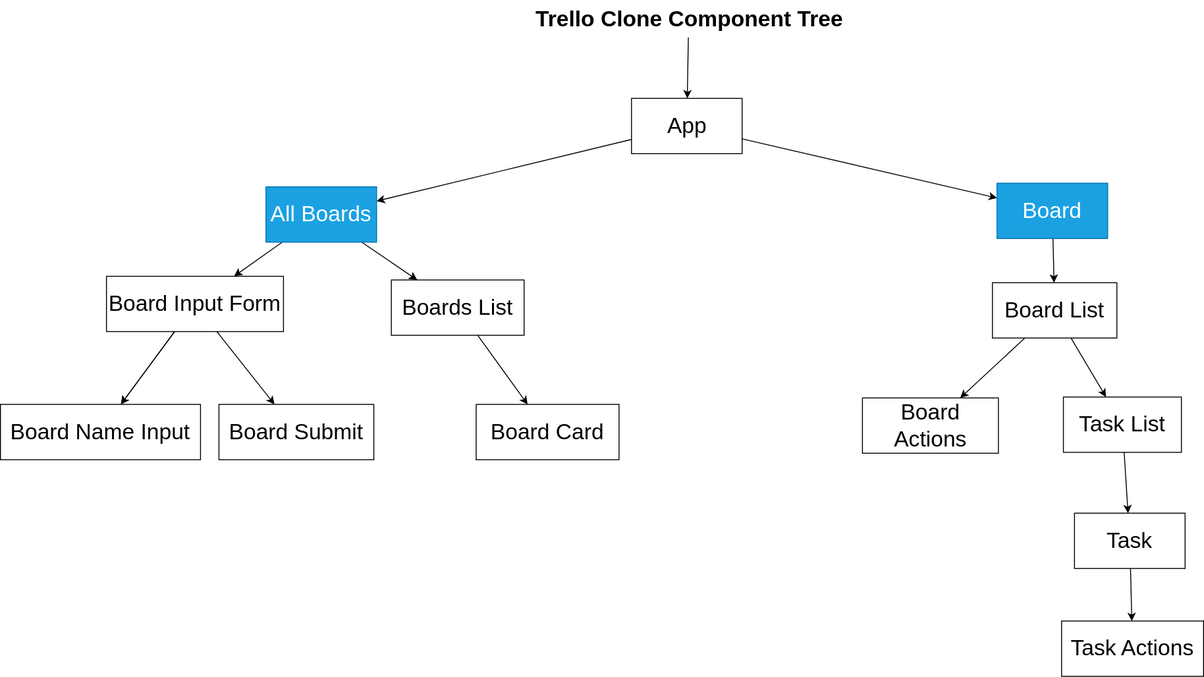
JannatinNaim/Courses keeps this draw.io diagram as Assignments/trello-clone/plans.drawio.svg. Above is the earlier version. Source tidied: cells renumbered, new cells last; positions are measured from the earlier drawing's top-left corner, leaving out a move shared by most shapes. Source of this version:
```xml
<mxGraphModel>
  <root>
    <mxCell id="0" />
    <mxCell id="1" parent="0" />
    <mxCell id="2" style="edgeStyle=none;html=1;fontFamily=Helvetica;fontSize=24;fontColor=default;" parent="1" edge="1" source="3" target="6">
      <mxGeometry relative="1" as="geometry" />
    </mxCell>
    <mxCell id="3" value="Trello Clone Component Tree" style="text;strokeColor=none;fillColor=none;fontSize=24;fontStyle=1;verticalAlign=middle;align=center;rounded=0;html=1;labelBorderColor=none;" parent="1" vertex="1">
      <mxGeometry x="559" width="375" height="40" as="geometry" />
    </mxCell>
    <mxCell id="4" style="edgeStyle=none;html=1;fontFamily=Helvetica;fontSize=24;fontColor=default;" parent="1" edge="1" source="6" target="9">
      <mxGeometry relative="1" as="geometry" />
    </mxCell>
    <mxCell id="5" style="edgeStyle=none;html=1;fontFamily=Helvetica;fontSize=24;fontColor=default;" parent="1" edge="1" source="6" target="11">
      <mxGeometry relative="1" as="geometry" />
    </mxCell>
    <mxCell id="6" value="App" style="whiteSpace=wrap;html=1;rounded=0;labelBorderColor=none;fontFamily=Helvetica;fontSize=24;fontColor=default;fillColor=none;gradientColor=none;" parent="1" vertex="1">
      <mxGeometry x="684.5" y="106" width="120" height="60" as="geometry" />
    </mxCell>
    <mxCell id="7" style="edgeStyle=none;html=1;fontFamily=Helvetica;fontSize=24;fontColor=default;" parent="1" edge="1" source="9" target="15">
      <mxGeometry relative="1" as="geometry" />
    </mxCell>
    <mxCell id="8" style="edgeStyle=none;html=1;fontFamily=Helvetica;fontSize=24;fontColor=default;" parent="1" edge="1" source="9" target="17">
      <mxGeometry relative="1" as="geometry" />
    </mxCell>
    <mxCell id="9" value="All Boards" style="whiteSpace=wrap;html=1;fontSize=24;fillColor=#1ba1e2;rounded=0;labelBorderColor=none;fontColor=#ffffff;strokeColor=#006EAF;" parent="1" vertex="1">
      <mxGeometry x="288" y="202" width="120" height="60" as="geometry" />
    </mxCell>
    <mxCell id="10" style="edgeStyle=none;html=1;fontFamily=Helvetica;fontSize=24;fontColor=default;" parent="1" edge="1" source="11" target="23">
      <mxGeometry relative="1" as="geometry" />
    </mxCell>
    <mxCell id="11" value="Board" style="whiteSpace=wrap;html=1;fontSize=24;fillColor=#1ba1e2;rounded=0;labelBorderColor=none;fontColor=#ffffff;strokeColor=#006EAF;" parent="1" vertex="1">
      <mxGeometry x="1081" y="198" width="120" height="60" as="geometry" />
    </mxCell>
    <mxCell id="12" style="edgeStyle=none;html=1;fontFamily=Helvetica;fontSize=24;fontColor=default;" parent="1" edge="1" source="15" target="18">
      <mxGeometry relative="1" as="geometry" />
    </mxCell>
    <mxCell id="13" style="edgeStyle=none;html=1;fontFamily=Helvetica;fontSize=24;fontColor=default;" parent="1" edge="1" source="15" target="18">
      <mxGeometry relative="1" as="geometry" />
    </mxCell>
    <mxCell id="14" style="edgeStyle=none;html=1;fontFamily=Helvetica;fontSize=24;fontColor=default;" parent="1" edge="1" source="15" target="19">
      <mxGeometry relative="1" as="geometry" />
    </mxCell>
    <mxCell id="15" value="Board Input Form" style="whiteSpace=wrap;html=1;fontSize=24;fillColor=none;rounded=0;labelBorderColor=none;gradientColor=none;" parent="1" vertex="1">
      <mxGeometry x="115" y="299" width="192" height="60" as="geometry" />
    </mxCell>
    <mxCell id="16" style="edgeStyle=none;html=1;fontFamily=Helvetica;fontSize=24;fontColor=default;" parent="1" edge="1" source="17" target="20">
      <mxGeometry relative="1" as="geometry" />
    </mxCell>
    <mxCell id="17" value="Boards List" style="whiteSpace=wrap;html=1;fontSize=24;fillColor=none;rounded=0;labelBorderColor=none;gradientColor=none;" parent="1" vertex="1">
      <mxGeometry x="424" y="303" width="144" height="60" as="geometry" />
    </mxCell>
    <mxCell id="18" value="Board Name Input" style="whiteSpace=wrap;html=1;fontSize=24;fillColor=none;rounded=0;labelBorderColor=none;gradientColor=none;" parent="1" vertex="1">
      <mxGeometry y="438" width="217" height="60" as="geometry" />
    </mxCell>
    <mxCell id="19" value="Board Submit" style="whiteSpace=wrap;html=1;fontSize=24;fillColor=none;rounded=0;labelBorderColor=none;gradientColor=none;" parent="1" vertex="1">
      <mxGeometry x="237" y="438" width="168" height="60" as="geometry" />
    </mxCell>
    <mxCell id="20" value="Board Card" style="whiteSpace=wrap;html=1;fontSize=24;fillColor=none;rounded=0;labelBorderColor=none;gradientColor=none;" parent="1" vertex="1">
      <mxGeometry x="516" y="438" width="155" height="60" as="geometry" />
    </mxCell>
    <mxCell id="21" style="edgeStyle=none;html=1;fontFamily=Helvetica;fontSize=24;fontColor=default;" parent="1" edge="1" source="23" target="24">
      <mxGeometry relative="1" as="geometry" />
    </mxCell>
    <mxCell id="22" style="edgeStyle=none;html=1;fontFamily=Helvetica;fontSize=24;fontColor=default;" parent="1" edge="1" source="23" target="26">
      <mxGeometry relative="1" as="geometry" />
    </mxCell>
    <mxCell id="23" value="Board List" style="whiteSpace=wrap;html=1;fontSize=24;fillColor=none;rounded=0;labelBorderColor=none;gradientColor=none;" parent="1" vertex="1">
      <mxGeometry x="1076" y="306" width="135" height="60" as="geometry" />
    </mxCell>
    <mxCell id="24" value="Board Actions" style="whiteSpace=wrap;html=1;fontSize=24;fillColor=none;rounded=0;labelBorderColor=none;gradientColor=none;" parent="1" vertex="1">
      <mxGeometry x="935" y="431" width="147.5" height="60" as="geometry" />
    </mxCell>
    <mxCell id="25" style="edgeStyle=none;html=1;fontFamily=Helvetica;fontSize=24;fontColor=default;" parent="1" edge="1" source="26" target="28">
      <mxGeometry relative="1" as="geometry" />
    </mxCell>
    <mxCell id="26" value="Task List" style="whiteSpace=wrap;html=1;fontSize=24;fillColor=none;rounded=0;labelBorderColor=none;gradientColor=none;" parent="1" vertex="1">
      <mxGeometry x="1153" y="430" width="128" height="60" as="geometry" />
    </mxCell>
    <mxCell id="27" style="edgeStyle=none;html=1;fontFamily=Helvetica;fontSize=24;fontColor=default;" parent="1" edge="1" source="28" target="29">
      <mxGeometry relative="1" as="geometry" />
    </mxCell>
    <mxCell id="28" value="Task" style="whiteSpace=wrap;html=1;fontSize=24;fillColor=none;rounded=0;labelBorderColor=none;gradientColor=none;" parent="1" vertex="1">
      <mxGeometry x="1165" y="556" width="120" height="60" as="geometry" />
    </mxCell>
    <mxCell id="29" value="Task Actions" style="whiteSpace=wrap;html=1;fontSize=24;fillColor=none;rounded=0;labelBorderColor=none;gradientColor=none;" parent="1" vertex="1">
      <mxGeometry x="1151" y="673" width="154" height="60" as="geometry" />
    </mxCell>
  </root>
</mxGraphModel>
```
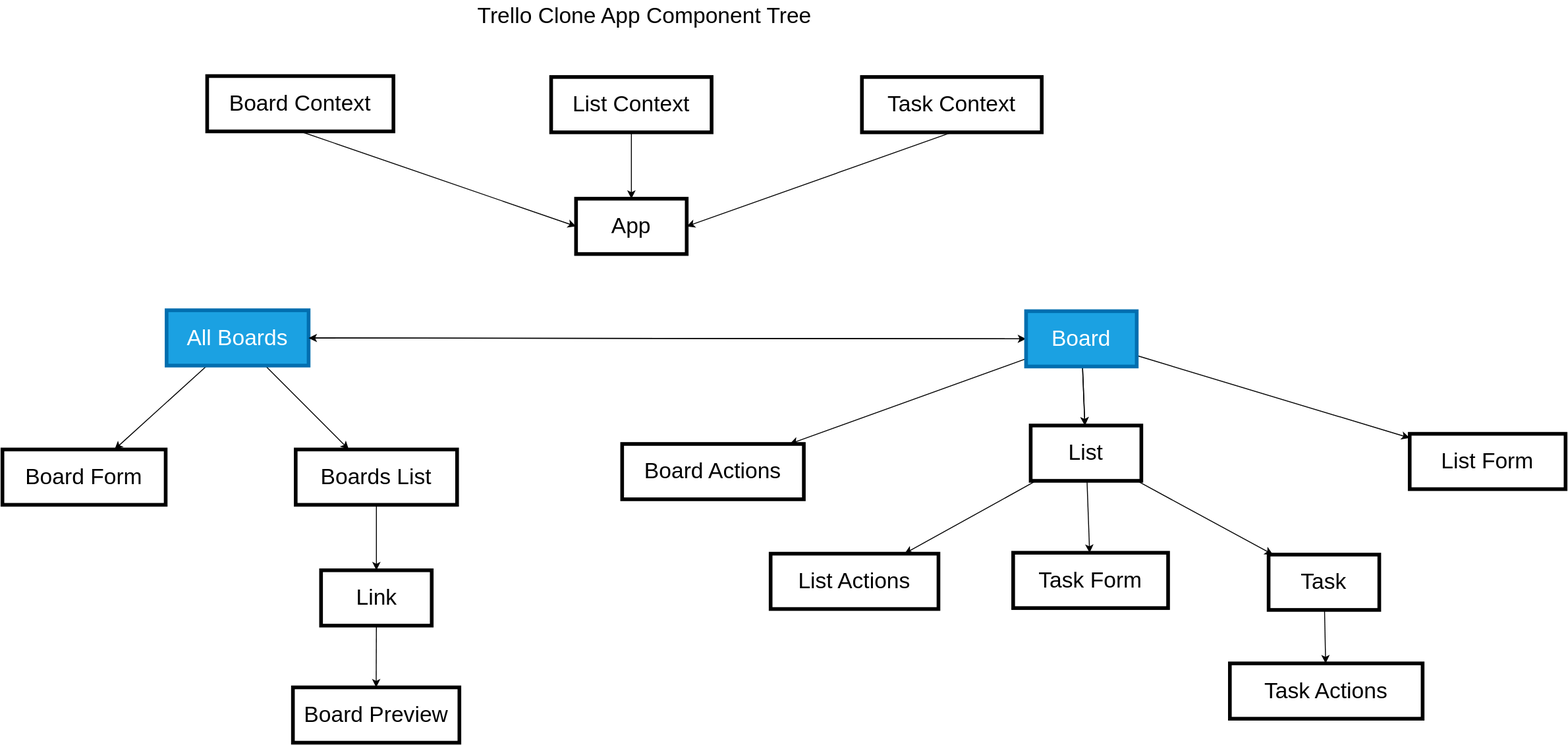
After the change.

What changed in the source:
```diff
@@ -2,89 +2,110 @@
   <root>
     <mxCell id="0" />
     <mxCell id="1" parent="0" />
-    <mxCell id="2" style="edgeStyle=none;html=1;fontFamily=Helvetica;fontSize=24;fontColor=default;" parent="1" edge="1" source="3" target="6">
-      <mxGeometry relative="1" as="geometry" />
-    </mxCell>
-    <mxCell id="3" value="Trello Clone Component Tree" style="text;strokeColor=none;fillColor=none;fontSize=24;fontStyle=1;verticalAlign=middle;align=center;rounded=0;html=1;labelBorderColor=none;" parent="1" vertex="1">
-      <mxGeometry x="559" width="375" height="40" as="geometry" />
-    </mxCell>
-    <mxCell id="4" style="edgeStyle=none;html=1;fontFamily=Helvetica;fontSize=24;fontColor=default;" parent="1" edge="1" source="6" target="9">
-      <mxGeometry relative="1" as="geometry" />
-    </mxCell>
-    <mxCell id="5" style="edgeStyle=none;html=1;fontFamily=Helvetica;fontSize=24;fontColor=default;" parent="1" edge="1" source="6" target="11">
-      <mxGeometry relative="1" as="geometry" />
-    </mxCell>
+    <mxCell id="30" value="Trello Clone App Component Tree" style="text;html=1;align=center;verticalAlign=middle;strokeColor=none;fillColor=none;fontSize=24;" parent="1" vertex="1">
+      <mxGeometry x="584" y="-49" width="372" height="33" as="geometry" />
+    </mxCell>
+    <mxCell id="31" style="edgeStyle=none;html=1;exitX=0.5;exitY=1;exitDx=0;exitDy=0;fontSize=24;entryX=0;entryY=0.5;entryDx=0;entryDy=0;" parent="1" edge="1" source="32" target="6">
+      <mxGeometry relative="1" as="geometry" />
+    </mxCell>
+    <mxCell id="32" value="Board Context" style="whiteSpace=wrap;html=1;fontSize=24;strokeWidth=4;" parent="1" vertex="1">
+      <mxGeometry x="296" y="33" width="202" height="60" as="geometry" />
+    </mxCell>
+    <mxCell id="33" style="edgeStyle=none;html=1;fontSize=24;" parent="1" edge="1" source="34" target="6">
+      <mxGeometry relative="1" as="geometry" />
+    </mxCell>
+    <mxCell id="34" value="List Context" style="whiteSpace=wrap;html=1;fontSize=24;strokeWidth=4;" parent="1" vertex="1">
+      <mxGeometry x="669" y="34" width="174" height="60" as="geometry" />
+    </mxCell>
+    <mxCell id="35" style="edgeStyle=none;html=1;exitX=0.5;exitY=1;exitDx=0;exitDy=0;entryX=1;entryY=0.5;entryDx=0;entryDy=0;fontSize=24;" parent="1" edge="1" source="36" target="6">
+      <mxGeometry relative="1" as="geometry" />
+    </mxCell>
+    <mxCell id="36" value="Task Context" style="whiteSpace=wrap;html=1;fontSize=24;strokeWidth=4;" parent="1" vertex="1">
+      <mxGeometry x="1006" y="34" width="195" height="60" as="geometry" />
+    </mxCell>
-    <mxCell id="6" value="App" style="whiteSpace=wrap;html=1;rounded=0;labelBorderColor=none;fontFamily=Helvetica;fontSize=24;fontColor=default;fillColor=none;gradientColor=none;" parent="1" vertex="1">
-      <mxGeometry x="684.5" y="106" width="120" height="60" as="geometry" />
+    <mxCell id="6" value="App" style="whiteSpace=wrap;html=1;fontSize=24;strokeWidth=4;" parent="1" vertex="1">
+      <mxGeometry x="696" y="166" width="120" height="60" as="geometry" />
     </mxCell>
-    <mxCell id="7" style="edgeStyle=none;html=1;fontFamily=Helvetica;fontSize=24;fontColor=default;" parent="1" edge="1" source="9" target="15">
-      <mxGeometry relative="1" as="geometry" />
-    </mxCell>
+    <mxCell id="37" style="edgeStyle=none;html=1;exitX=1;exitY=0.5;exitDx=0;exitDy=0;entryX=0;entryY=0.5;entryDx=0;entryDy=0;fontSize=24;" parent="1" edge="1" source="9" target="11">
+      <mxGeometry relative="1" as="geometry" />
+    </mxCell>
+    <mxCell id="38" style="edgeStyle=none;html=1;fontSize=24;" parent="1" edge="1" source="9" target="44">
+      <mxGeometry relative="1" as="geometry" />
+    </mxCell>
-    <mxCell id="8" style="edgeStyle=none;html=1;fontFamily=Helvetica;fontSize=24;fontColor=default;" parent="1" edge="1" source="9" target="17">
+    <mxCell id="8" style="edgeStyle=none;html=1;fontSize=24;" parent="1" edge="1" source="9" target="17">
       <mxGeometry relative="1" as="geometry" />
     </mxCell>
-    <mxCell id="9" value="All Boards" style="whiteSpace=wrap;html=1;fontSize=24;fillColor=#1ba1e2;rounded=0;labelBorderColor=none;fontColor=#ffffff;strokeColor=#006EAF;" parent="1" vertex="1">
-      <mxGeometry x="288" y="202" width="120" height="60" as="geometry" />
+    <mxCell id="9" value="All Boards" style="whiteSpace=wrap;html=1;fontSize=24;strokeWidth=4;fillColor=#1ba1e2;strokeColor=#006EAF;fontColor=#ffffff;" parent="1" vertex="1">
+      <mxGeometry x="252" y="287" width="154" height="60" as="geometry" />
     </mxCell>
-    <mxCell id="10" style="edgeStyle=none;html=1;fontFamily=Helvetica;fontSize=24;fontColor=default;" parent="1" edge="1" source="11" target="23">
-      <mxGeometry relative="1" as="geometry" />
-    </mxCell>
+    <mxCell id="39" style="edgeStyle=none;html=1;fontSize=24;" parent="1" edge="1" source="11" target="9">
+      <mxGeometry relative="1" as="geometry" />
+    </mxCell>
+    <mxCell id="40" style="edgeStyle=none;html=1;fontSize=24;" parent="1" edge="1" source="11" target="24">
+      <mxGeometry relative="1" as="geometry" />
+    </mxCell>
+    <mxCell id="41" style="edgeStyle=none;html=1;fontSize=24;" parent="1" edge="1" source="11" target="52">
+      <mxGeometry relative="1" as="geometry" />
+    </mxCell>
+    <mxCell id="42" style="edgeStyle=none;html=1;fontSize=24;" parent="1" edge="1" source="11" target="52">
+      <mxGeometry relative="1" as="geometry" />
+    </mxCell>
+    <mxCell id="43" style="edgeStyle=none;html=1;fontSize=24;" parent="1" edge="1" source="11" target="53">
+      <mxGeometry relative="1" as="geometry" />
+    </mxCell>
-    <mxCell id="11" value="Board" style="whiteSpace=wrap;html=1;fontSize=24;fillColor=#1ba1e2;rounded=0;labelBorderColor=none;fontColor=#ffffff;strokeColor=#006EAF;" parent="1" vertex="1">
-      <mxGeometry x="1081" y="198" width="120" height="60" as="geometry" />
+    <mxCell id="11" value="Board" style="whiteSpace=wrap;html=1;fontSize=24;strokeWidth=4;fillColor=#1ba1e2;fontColor=#ffffff;strokeColor=#006EAF;" parent="1" vertex="1">
+      <mxGeometry x="1184" y="288" width="120" height="60" as="geometry" />
     </mxCell>
-    <mxCell id="12" style="edgeStyle=none;html=1;fontFamily=Helvetica;fontSize=24;fontColor=default;" parent="1" edge="1" source="15" target="18">
-      <mxGeometry relative="1" as="geometry" />
-    </mxCell>
-    <mxCell id="13" style="edgeStyle=none;html=1;fontFamily=Helvetica;fontSize=24;fontColor=default;" parent="1" edge="1" source="15" target="18">
-      <mxGeometry relative="1" as="geometry" />
-    </mxCell>
-    <mxCell id="14" style="edgeStyle=none;html=1;fontFamily=Helvetica;fontSize=24;fontColor=default;" parent="1" edge="1" source="15" target="19">
-      <mxGeometry relative="1" as="geometry" />
-    </mxCell>
-    <mxCell id="15" value="Board Input Form" style="whiteSpace=wrap;html=1;fontSize=24;fillColor=none;rounded=0;labelBorderColor=none;gradientColor=none;" parent="1" vertex="1">
-      <mxGeometry x="115" y="299" width="192" height="60" as="geometry" />
-    </mxCell>
-    <mxCell id="16" style="edgeStyle=none;html=1;fontFamily=Helvetica;fontSize=24;fontColor=default;" parent="1" edge="1" source="17" target="20">
-      <mxGeometry relative="1" as="geometry" />
-    </mxCell>
+    <mxCell id="44" value="Board Form" style="whiteSpace=wrap;html=1;fontSize=24;strokeWidth=4;" parent="1" vertex="1">
+      <mxGeometry x="74" y="438" width="177" height="60" as="geometry" />
+    </mxCell>
+    <mxCell id="45" style="edgeStyle=none;html=1;fontSize=24;" parent="1" edge="1" source="17" target="48">
+      <mxGeometry relative="1" as="geometry" />
+    </mxCell>
-    <mxCell id="17" value="Boards List" style="whiteSpace=wrap;html=1;fontSize=24;fillColor=none;rounded=0;labelBorderColor=none;gradientColor=none;" parent="1" vertex="1">
-      <mxGeometry x="424" y="303" width="144" height="60" as="geometry" />
+    <mxCell id="17" value="Boards List" style="whiteSpace=wrap;html=1;fontSize=24;strokeWidth=4;" parent="1" vertex="1">
+      <mxGeometry x="392" y="438" width="175" height="60" as="geometry" />
     </mxCell>
-    <mxCell id="18" value="Board Name Input" style="whiteSpace=wrap;html=1;fontSize=24;fillColor=none;rounded=0;labelBorderColor=none;gradientColor=none;" parent="1" vertex="1">
-      <mxGeometry y="438" width="217" height="60" as="geometry" />
-    </mxCell>
-    <mxCell id="19" value="Board Submit" style="whiteSpace=wrap;html=1;fontSize=24;fillColor=none;rounded=0;labelBorderColor=none;gradientColor=none;" parent="1" vertex="1">
-      <mxGeometry x="237" y="438" width="168" height="60" as="geometry" />
-    </mxCell>
-    <mxCell id="20" value="Board Card" style="whiteSpace=wrap;html=1;fontSize=24;fillColor=none;rounded=0;labelBorderColor=none;gradientColor=none;" parent="1" vertex="1">
-      <mxGeometry x="516" y="438" width="155" height="60" as="geometry" />
-    </mxCell>
-    <mxCell id="21" style="edgeStyle=none;html=1;fontFamily=Helvetica;fontSize=24;fontColor=default;" parent="1" edge="1" source="23" target="24">
-      <mxGeometry relative="1" as="geometry" />
-    </mxCell>
-    <mxCell id="22" style="edgeStyle=none;html=1;fontFamily=Helvetica;fontSize=24;fontColor=default;" parent="1" edge="1" source="23" target="26">
-      <mxGeometry relative="1" as="geometry" />
-    </mxCell>
-    <mxCell id="23" value="Board List" style="whiteSpace=wrap;html=1;fontSize=24;fillColor=none;rounded=0;labelBorderColor=none;gradientColor=none;" parent="1" vertex="1">
-      <mxGeometry x="1076" y="306" width="135" height="60" as="geometry" />
-    </mxCell>
+    <mxCell id="46" value="Board Preview" style="whiteSpace=wrap;html=1;fontSize=24;strokeWidth=4;" parent="1" vertex="1">
+      <mxGeometry x="389" y="696" width="180.5" height="60" as="geometry" />
+    </mxCell>
+    <mxCell id="47" style="edgeStyle=none;html=1;exitX=0.5;exitY=1;exitDx=0;exitDy=0;entryX=0.5;entryY=0;entryDx=0;entryDy=0;fontSize=24;" parent="1" edge="1" source="48" target="46">
+      <mxGeometry relative="1" as="geometry" />
+    </mxCell>
+    <mxCell id="48" value="Link" style="whiteSpace=wrap;html=1;fontSize=24;strokeWidth=4;" parent="1" vertex="1">
+      <mxGeometry x="419.5" y="569" width="120" height="60" as="geometry" />
+    </mxCell>
-    <mxCell id="24" value="Board Actions" style="whiteSpace=wrap;html=1;fontSize=24;fillColor=none;rounded=0;labelBorderColor=none;gradientColor=none;" parent="1" vertex="1">
-      <mxGeometry x="935" y="431" width="147.5" height="60" as="geometry" />
+    <mxCell id="24" value="Board Actions" style="whiteSpace=wrap;html=1;fontSize=24;strokeWidth=4;" parent="1" vertex="1">
+      <mxGeometry x="746" y="432" width="197" height="60" as="geometry" />
     </mxCell>
-    <mxCell id="25" style="edgeStyle=none;html=1;fontFamily=Helvetica;fontSize=24;fontColor=default;" parent="1" edge="1" source="26" target="28">
-      <mxGeometry relative="1" as="geometry" />
-    </mxCell>
-    <mxCell id="26" value="Task List" style="whiteSpace=wrap;html=1;fontSize=24;fillColor=none;rounded=0;labelBorderColor=none;gradientColor=none;" parent="1" vertex="1">
-      <mxGeometry x="1153" y="430" width="128" height="60" as="geometry" />
-    </mxCell>
+    <mxCell id="49" style="edgeStyle=none;html=1;fontSize=24;" parent="1" edge="1" source="52" target="54">
+      <mxGeometry relative="1" as="geometry" />
+    </mxCell>
+    <mxCell id="50" style="edgeStyle=none;html=1;fontSize=24;" parent="1" edge="1" source="52" target="55">
+      <mxGeometry relative="1" as="geometry" />
+    </mxCell>
+    <mxCell id="51" style="edgeStyle=none;html=1;fontSize=24;" parent="1" edge="1" source="52" target="28">
+      <mxGeometry relative="1" as="geometry" />
+    </mxCell>
+    <mxCell id="52" value="List" style="whiteSpace=wrap;html=1;fontSize=24;strokeWidth=4;" parent="1" vertex="1">
+      <mxGeometry x="1189" y="412" width="120" height="60" as="geometry" />
+    </mxCell>
+    <mxCell id="53" value="List Form" style="whiteSpace=wrap;html=1;fontSize=24;strokeWidth=4;" parent="1" vertex="1">
+      <mxGeometry x="1600" y="421" width="169" height="60" as="geometry" />
+    </mxCell>
+    <mxCell id="54" value="List Actions" style="whiteSpace=wrap;html=1;fontSize=24;strokeWidth=4;" parent="1" vertex="1">
+      <mxGeometry x="907" y="551" width="182" height="60" as="geometry" />
+    </mxCell>
+    <mxCell id="55" value="Task Form" style="whiteSpace=wrap;html=1;fontSize=24;strokeWidth=4;" parent="1" vertex="1">
+      <mxGeometry x="1170" y="550" width="168" height="60" as="geometry" />
+    </mxCell>
-    <mxCell id="27" style="edgeStyle=none;html=1;fontFamily=Helvetica;fontSize=24;fontColor=default;" parent="1" edge="1" source="28" target="29">
+    <mxCell id="27" style="edgeStyle=none;html=1;fontSize=24;" parent="1" edge="1" source="28" target="29">
       <mxGeometry relative="1" as="geometry" />
     </mxCell>
-    <mxCell id="28" value="Task" style="whiteSpace=wrap;html=1;fontSize=24;fillColor=none;rounded=0;labelBorderColor=none;gradientColor=none;" parent="1" vertex="1">
-      <mxGeometry x="1165" y="556" width="120" height="60" as="geometry" />
+    <mxCell id="28" value="Task" style="whiteSpace=wrap;html=1;fontSize=24;strokeWidth=4;" parent="1" vertex="1">
+      <mxGeometry x="1447" y="552" width="120" height="60" as="geometry" />
     </mxCell>
-    <mxCell id="29" value="Task Actions" style="whiteSpace=wrap;html=1;fontSize=24;fillColor=none;rounded=0;labelBorderColor=none;gradientColor=none;" parent="1" vertex="1">
-      <mxGeometry x="1151" y="673" width="154" height="60" as="geometry" />
+    <mxCell id="29" value="Task Actions" style="whiteSpace=wrap;html=1;fontSize=24;strokeWidth=4;" parent="1" vertex="1">
+      <mxGeometry x="1405" y="670" width="209" height="60" as="geometry" />
     </mxCell>
   </root>
 </mxGraphModel>
```
